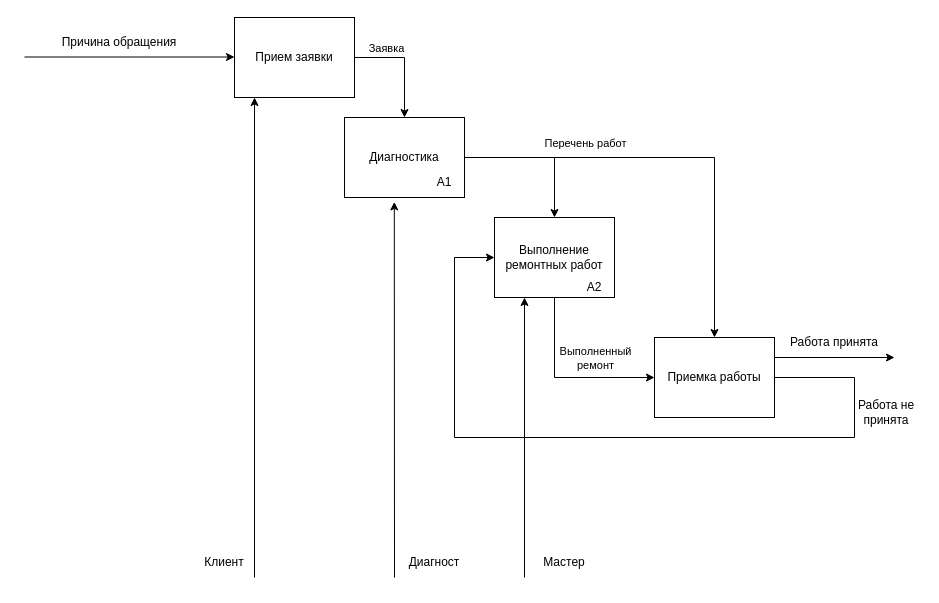
Earlier version of the draw.io diagram диа2.drawio (plkkz/ppo-3k-lb). Source tidied: cells renumbered, new cells numbered last; positions are measured from the earlier drawing's top-left corner, leaving out a move shared by most shapes. Both pictures are drawn from the tidied source at 100%, with x=0, y=0 at pixel (24, 17).
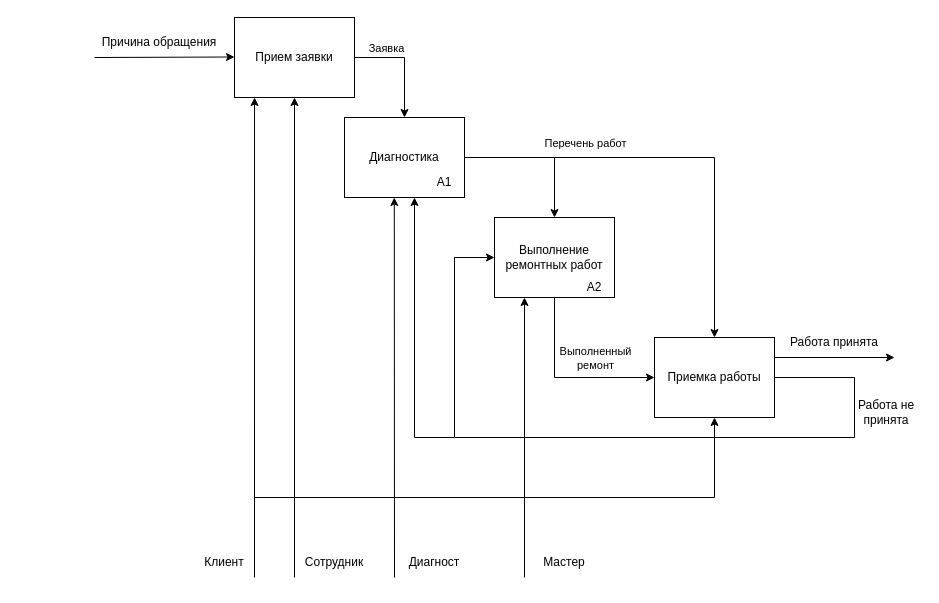
Above is the later version.

The change refers to these unchanged cells:
```xml
<mxCell id="4" value="Прием заявки" style="rounded=0;whiteSpace=wrap;html=1;" parent="1" vertex="1">
  <mxGeometry x="210" width="120" height="80" as="geometry" />
</mxCell>
<mxCell id="7" value="Диагностика" style="rounded=0;whiteSpace=wrap;html=1;" parent="1" vertex="1">
  <mxGeometry x="320" y="100" width="120" height="80" as="geometry" />
</mxCell>
<mxCell id="10" value="Выполнение ремонтных работ" style="rounded=0;whiteSpace=wrap;html=1;" parent="1" vertex="1">
  <mxGeometry x="470" y="200" width="120" height="80" as="geometry" />
</mxCell>
<mxCell id="11" value="Приемка работы" style="rounded=0;whiteSpace=wrap;html=1;" parent="1" vertex="1">
  <mxGeometry x="630" y="320" width="120" height="80" as="geometry" />
</mxCell>
<mxCell id="12" value="А1" style="text;html=1;strokeColor=none;fillColor=none;align=center;verticalAlign=middle;whiteSpace=wrap;rounded=0;" parent="1" vertex="1">
  <mxGeometry x="390" y="150" width="60" height="30" as="geometry" />
</mxCell>
```

The edit, as a diff of the source:
```diff
@@
-    <mxCell id="14" style="endArrow=classic;html=1;rounded=0;" parent="1" edge="1">
+    <mxCell id="14" style="endArrow=classic;html=1;rounded=0;exitX=0;exitY=1;exitDx=0;exitDy=0;exitPerimeter=0;" parent="1" edge="1" source="15">
       <mxGeometry relative="1" as="geometry">
-        <mxPoint y="39.5" as="sourcePoint" />
         <mxPoint x="210" y="39.5" as="targetPoint" />
       </mxGeometry>
     </mxCell>
     <mxCell id="15" value="Причина обращения" style="text;html=1;strokeColor=none;fillColor=none;align=center;verticalAlign=middle;whiteSpace=wrap;rounded=0;" parent="1" vertex="1">
-      <mxGeometry x="30" y="10" width="130" height="30" as="geometry" />
+      <mxGeometry x="70" y="10" width="130" height="30" as="geometry" />
     </mxCell>
@@
-    <mxCell id="19" style="endArrow=classic;html=1;rounded=0;exitX=1;exitY=0.75;exitDx=0;exitDy=0;entryX=0;entryY=0.5;entryDx=0;entryDy=0;" parent="1" edge="1">
+    <mxCell id="19" style="endArrow=classic;html=1;rounded=0;exitX=1;exitY=0.75;exitDx=0;exitDy=0;entryX=0;entryY=0.5;entryDx=0;entryDy=0;" parent="1" edge="1" target="10">
       <mxGeometry relative="1" as="geometry">
         <mxPoint x="750" y="360" as="sourcePoint" />
-        <mxPoint x="470" y="240" as="targetPoint" />
         <Array as="points">
           <mxPoint x="830" y="360" />
           <mxPoint x="830" y="420" />
           <mxPoint x="430" y="420" />
           <mxPoint x="430" y="240" />
         </Array>
       </mxGeometry>
     </mxCell>
@@
-    <mxCell id="25" style="endArrow=classic;html=1;rounded=0;entryX=0.415;entryY=1.055;entryDx=0;entryDy=0;entryPerimeter=0;" parent="1" edge="1" target="7">
+    <mxCell id="25" style="endArrow=classic;html=1;rounded=0;entryX=0.415;entryY=1.055;entryDx=0;entryDy=0;entryPerimeter=0;" parent="1" edge="1">
       <mxGeometry relative="1" as="geometry">
         <mxPoint x="370" y="560" as="sourcePoint" />
+        <mxPoint x="369.8" y="180" as="targetPoint" />
       </mxGeometry>
     </mxCell>
@@
+    <mxCell id="27" style="endArrow=classic;html=1;rounded=0;entryX=0.5;entryY=1;entryDx=0;entryDy=0;" parent="1" edge="1" target="4">
+      <mxGeometry relative="1" as="geometry">
+        <mxPoint x="270" y="560" as="sourcePoint" />
+      </mxGeometry>
+    </mxCell>
+    <mxCell id="28" value="Сотрудник" style="text;html=1;strokeColor=none;fillColor=none;align=center;verticalAlign=middle;whiteSpace=wrap;rounded=0;" parent="1" vertex="1">
+      <mxGeometry x="280" y="530" width="60" height="30" as="geometry" />
+    </mxCell>
+    <mxCell id="29" style="endArrow=classic;html=1;rounded=0;entryX=0.5;entryY=1;entryDx=0;entryDy=0;" parent="1" edge="1" target="11">
+      <mxGeometry relative="1" as="geometry">
+        <mxPoint x="230" y="480" as="sourcePoint" />
+        <Array as="points">
+          <mxPoint x="690" y="480" />
+        </Array>
+      </mxGeometry>
+    </mxCell>
+    <mxCell id="30" style="endArrow=classic;html=1;rounded=0;entryX=0;entryY=1;entryDx=0;entryDy=0;" parent="1" edge="1" target="12">
+      <mxGeometry relative="1" as="geometry">
+        <mxPoint x="430" y="420" as="sourcePoint" />
+        <Array as="points">
+          <mxPoint x="390" y="420" />
+        </Array>
+      </mxGeometry>
+    </mxCell>
```
